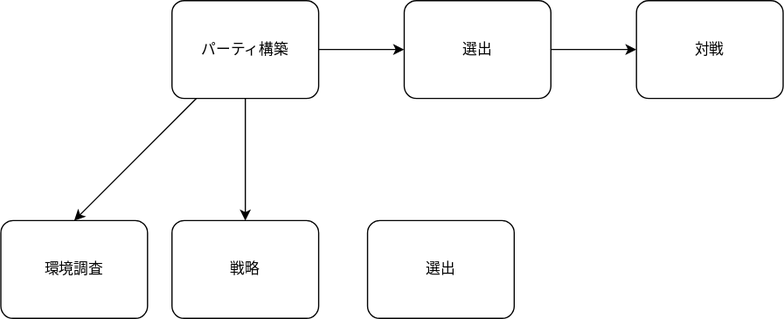
The draw.io diagram docs/flow.drawio.svg in aloha-maker/Zero-Lab, before a commit. Source tidied: cells renumbered, new cells last; positions are measured from the earlier drawing's top-left corner, leaving out a move shared by most shapes. The source it was exported from:
```xml
<mxGraphModel>
  <root>
    <mxCell id="0" />
    <mxCell id="1" parent="0" />
    <mxCell id="2" style="edgeStyle=none;html=1;entryX=0;entryY=0.5;entryDx=0;entryDy=0;entryPerimeter=0;" parent="1" edge="1" source="5" target="7">
      <mxGeometry relative="1" as="geometry" />
    </mxCell>
    <mxCell id="3" style="edgeStyle=none;html=1;entryX=0.5;entryY=0;entryDx=0;entryDy=0;entryPerimeter=0;" parent="1" edge="1" source="5" target="9">
      <mxGeometry relative="1" as="geometry" />
    </mxCell>
    <mxCell id="4" style="edgeStyle=none;html=1;" parent="1" edge="1" source="5" target="10">
      <mxGeometry relative="1" as="geometry" />
    </mxCell>
    <mxCell id="5" value="パーティ構築" style="points=[[0.25,0,0],[0.5,0,0],[0.75,0,0],[1,0.25,0],[1,0.5,0],[1,0.75,0],[0.75,1,0],[0.5,1,0],[0.25,1,0],[0,0.75,0],[0,0.5,0],[0,0.25,0]];shape=mxgraph.bpmn.task;whiteSpace=wrap;rectStyle=rounded;size=10;html=1;taskMarker=abstract;" parent="1" vertex="1">
      <mxGeometry x="140" width="120" height="80" as="geometry" />
    </mxCell>
    <mxCell id="6" style="edgeStyle=none;html=1;entryX=0;entryY=0.5;entryDx=0;entryDy=0;entryPerimeter=0;" parent="1" edge="1" source="7" target="8">
      <mxGeometry relative="1" as="geometry" />
    </mxCell>
    <mxCell id="7" value="選出" style="points=[[0.25,0,0],[0.5,0,0],[0.75,0,0],[1,0.25,0],[1,0.5,0],[1,0.75,0],[0.75,1,0],[0.5,1,0],[0.25,1,0],[0,0.75,0],[0,0.5,0],[0,0.25,0]];shape=mxgraph.bpmn.task;whiteSpace=wrap;rectStyle=rounded;size=10;html=1;taskMarker=abstract;" parent="1" vertex="1">
      <mxGeometry x="330" width="120" height="80" as="geometry" />
    </mxCell>
    <mxCell id="8" value="対戦" style="points=[[0.25,0,0],[0.5,0,0],[0.75,0,0],[1,0.25,0],[1,0.5,0],[1,0.75,0],[0.75,1,0],[0.5,1,0],[0.25,1,0],[0,0.75,0],[0,0.5,0],[0,0.25,0]];shape=mxgraph.bpmn.task;whiteSpace=wrap;rectStyle=rounded;size=10;html=1;taskMarker=abstract;" parent="1" vertex="1">
      <mxGeometry x="520" width="120" height="80" as="geometry" />
    </mxCell>
    <mxCell id="9" value="環境調査" style="points=[[0.25,0,0],[0.5,0,0],[0.75,0,0],[1,0.25,0],[1,0.5,0],[1,0.75,0],[0.75,1,0],[0.5,1,0],[0.25,1,0],[0,0.75,0],[0,0.5,0],[0,0.25,0]];shape=mxgraph.bpmn.task;whiteSpace=wrap;rectStyle=rounded;size=10;html=1;taskMarker=abstract;" parent="1" vertex="1">
      <mxGeometry y="180" width="120" height="80" as="geometry" />
    </mxCell>
    <mxCell id="10" value="戦略" style="points=[[0.25,0,0],[0.5,0,0],[0.75,0,0],[1,0.25,0],[1,0.5,0],[1,0.75,0],[0.75,1,0],[0.5,1,0],[0.25,1,0],[0,0.75,0],[0,0.5,0],[0,0.25,0]];shape=mxgraph.bpmn.task;whiteSpace=wrap;rectStyle=rounded;size=10;html=1;taskMarker=abstract;" parent="1" vertex="1">
      <mxGeometry x="140" y="180" width="120" height="80" as="geometry" />
    </mxCell>
    <mxCell id="11" value="選出" style="shape=mxgraph.bpmn.task;whiteSpace=wrap;rectStyle=rounded;size=10;html=1;taskMarker=abstract;" parent="1" vertex="1">
      <mxGeometry x="300" y="180" width="120" height="80" as="geometry" />
    </mxCell>
  </root>
</mxGraphModel>
```
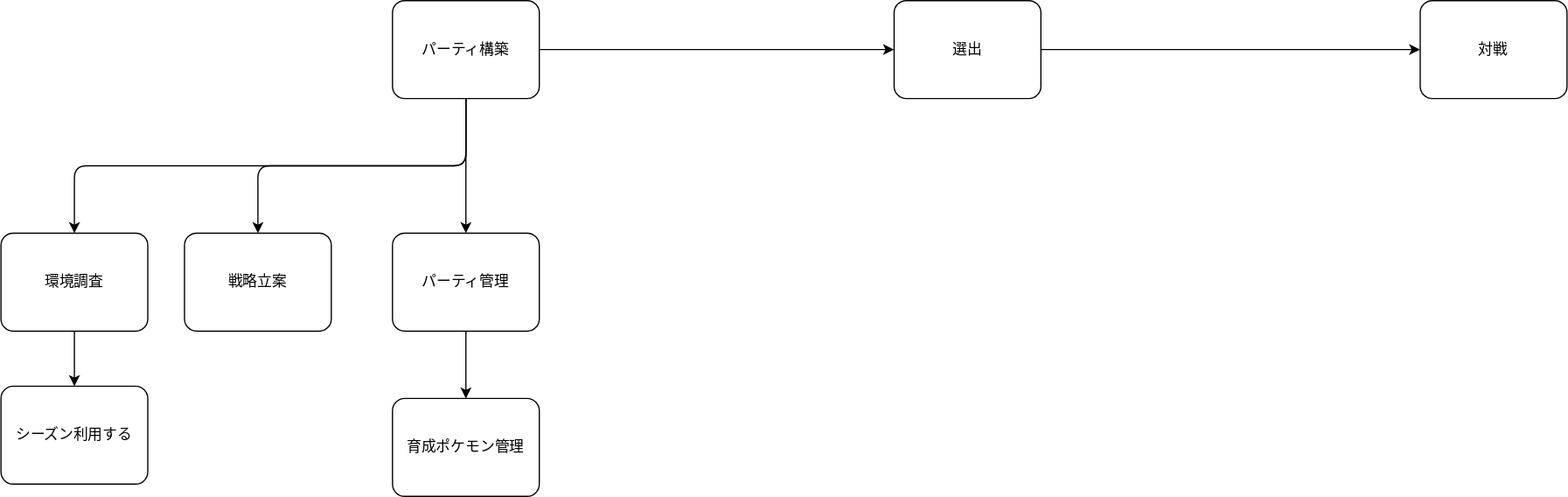
The same diagram one commit later.

The edit, as a diff of the source:
```diff
@@ -5,14 +5,17 @@
     <mxCell id="2" style="edgeStyle=none;html=1;entryX=0;entryY=0.5;entryDx=0;entryDy=0;entryPerimeter=0;" parent="1" edge="1" source="5" target="7">
       <mxGeometry relative="1" as="geometry" />
     </mxCell>
-    <mxCell id="3" style="edgeStyle=none;html=1;entryX=0.5;entryY=0;entryDx=0;entryDy=0;entryPerimeter=0;" parent="1" edge="1" source="5" target="9">
+    <mxCell id="3" style="edgeStyle=orthogonalEdgeStyle;html=1;entryX=0.5;entryY=0;entryDx=0;entryDy=0;entryPerimeter=0;exitX=0.5;exitY=1;exitDx=0;exitDy=0;exitPerimeter=0;" parent="1" edge="1" source="5" target="9">
       <mxGeometry relative="1" as="geometry" />
     </mxCell>
-    <mxCell id="4" style="edgeStyle=none;html=1;" parent="1" edge="1" source="5" target="10">
+    <mxCell id="4" style="edgeStyle=orthogonalEdgeStyle;html=1;exitX=0.5;exitY=1;exitDx=0;exitDy=0;exitPerimeter=0;" parent="1" edge="1" source="5" target="10">
       <mxGeometry relative="1" as="geometry" />
     </mxCell>
+    <mxCell id="12" style="edgeStyle=orthogonalEdgeStyle;html=1;entryX=0.5;entryY=0;entryDx=0;entryDy=0;entryPerimeter=0;exitX=0.5;exitY=1;exitDx=0;exitDy=0;exitPerimeter=0;" parent="1" edge="1" source="5" target="15">
+      <mxGeometry relative="1" as="geometry" />
+    </mxCell>
     <mxCell id="5" value="パーティ構築" style="points=[[0.25,0,0],[0.5,0,0],[0.75,0,0],[1,0.25,0],[1,0.5,0],[1,0.75,0],[0.75,1,0],[0.5,1,0],[0.25,1,0],[0,0.75,0],[0,0.5,0],[0,0.25,0]];shape=mxgraph.bpmn.task;whiteSpace=wrap;rectStyle=rounded;size=10;html=1;taskMarker=abstract;" parent="1" vertex="1">
-      <mxGeometry x="140" width="120" height="80" as="geometry" />
+      <mxGeometry x="-80" width="120" height="80" as="geometry" />
     </mxCell>
     <mxCell id="6" style="edgeStyle=none;html=1;entryX=0;entryY=0.5;entryDx=0;entryDy=0;entryPerimeter=0;" parent="1" edge="1" source="7" target="8">
       <mxGeometry relative="1" as="geometry" />
@@ -21,16 +24,28 @@
       <mxGeometry x="330" width="120" height="80" as="geometry" />
     </mxCell>
     <mxCell id="8" value="対戦" style="points=[[0.25,0,0],[0.5,0,0],[0.75,0,0],[1,0.25,0],[1,0.5,0],[1,0.75,0],[0.75,1,0],[0.5,1,0],[0.25,1,0],[0,0.75,0],[0,0.5,0],[0,0.25,0]];shape=mxgraph.bpmn.task;whiteSpace=wrap;rectStyle=rounded;size=10;html=1;taskMarker=abstract;" parent="1" vertex="1">
-      <mxGeometry x="520" width="120" height="80" as="geometry" />
+      <mxGeometry x="760" width="120" height="80" as="geometry" />
     </mxCell>
+    <mxCell id="13" style="edgeStyle=orthogonalEdgeStyle;html=1;entryX=0.5;entryY=0;entryDx=0;entryDy=0;entryPerimeter=0;" parent="1" edge="1" source="9" target="16">
+      <mxGeometry relative="1" as="geometry" />
+    </mxCell>
     <mxCell id="9" value="環境調査" style="points=[[0.25,0,0],[0.5,0,0],[0.75,0,0],[1,0.25,0],[1,0.5,0],[1,0.75,0],[0.75,1,0],[0.5,1,0],[0.25,1,0],[0,0.75,0],[0,0.5,0],[0,0.25,0]];shape=mxgraph.bpmn.task;whiteSpace=wrap;rectStyle=rounded;size=10;html=1;taskMarker=abstract;" parent="1" vertex="1">
-      <mxGeometry y="180" width="120" height="80" as="geometry" />
+      <mxGeometry x="-400" y="190" width="120" height="80" as="geometry" />
     </mxCell>
-    <mxCell id="10" value="戦略" style="points=[[0.25,0,0],[0.5,0,0],[0.75,0,0],[1,0.25,0],[1,0.5,0],[1,0.75,0],[0.75,1,0],[0.5,1,0],[0.25,1,0],[0,0.75,0],[0,0.5,0],[0,0.25,0]];shape=mxgraph.bpmn.task;whiteSpace=wrap;rectStyle=rounded;size=10;html=1;taskMarker=abstract;" parent="1" vertex="1">
-      <mxGeometry x="140" y="180" width="120" height="80" as="geometry" />
+    <mxCell id="10" value="戦略立案" style="points=[[0.25,0,0],[0.5,0,0],[0.75,0,0],[1,0.25,0],[1,0.5,0],[1,0.75,0],[0.75,1,0],[0.5,1,0],[0.25,1,0],[0,0.75,0],[0,0.5,0],[0,0.25,0]];shape=mxgraph.bpmn.task;whiteSpace=wrap;rectStyle=rounded;size=10;html=1;taskMarker=abstract;" parent="1" vertex="1">
+      <mxGeometry x="-250" y="190" width="120" height="80" as="geometry" />
     </mxCell>
-    <mxCell id="11" value="選出" style="shape=mxgraph.bpmn.task;whiteSpace=wrap;rectStyle=rounded;size=10;html=1;taskMarker=abstract;" parent="1" vertex="1">
-      <mxGeometry x="300" y="180" width="120" height="80" as="geometry" />
-    </mxCell>
+    <mxCell id="14" style="edgeStyle=orthogonalEdgeStyle;html=1;entryX=0.5;entryY=0;entryDx=0;entryDy=0;entryPerimeter=0;" parent="1" edge="1" source="15" target="17">
+      <mxGeometry relative="1" as="geometry" />
+    </mxCell>
+    <mxCell id="15" value="パーティ管理" style="points=[[0.25,0,0],[0.5,0,0],[0.75,0,0],[1,0.25,0],[1,0.5,0],[1,0.75,0],[0.75,1,0],[0.5,1,0],[0.25,1,0],[0,0.75,0],[0,0.5,0],[0,0.25,0]];shape=mxgraph.bpmn.task;whiteSpace=wrap;rectStyle=rounded;size=10;html=1;taskMarker=abstract;" parent="1" vertex="1">
+      <mxGeometry x="-80" y="190" width="120" height="80" as="geometry" />
+    </mxCell>
+    <mxCell id="16" value="シーズン利用する" style="points=[[0.25,0,0],[0.5,0,0],[0.75,0,0],[1,0.25,0],[1,0.5,0],[1,0.75,0],[0.75,1,0],[0.5,1,0],[0.25,1,0],[0,0.75,0],[0,0.5,0],[0,0.25,0]];shape=mxgraph.bpmn.task;whiteSpace=wrap;rectStyle=rounded;size=10;html=1;taskMarker=abstract;" parent="1" vertex="1">
+      <mxGeometry x="-400" y="315" width="120" height="80" as="geometry" />
+    </mxCell>
+    <mxCell id="17" value="育成ポケモン管理" style="points=[[0.25,0,0],[0.5,0,0],[0.75,0,0],[1,0.25,0],[1,0.5,0],[1,0.75,0],[0.75,1,0],[0.5,1,0],[0.25,1,0],[0,0.75,0],[0,0.5,0],[0,0.25,0]];shape=mxgraph.bpmn.task;whiteSpace=wrap;rectStyle=rounded;size=10;html=1;taskMarker=abstract;" parent="1" vertex="1">
+      <mxGeometry x="-80" y="325" width="120" height="80" as="geometry" />
+    </mxCell>
   </root>
 </mxGraphModel>
```
